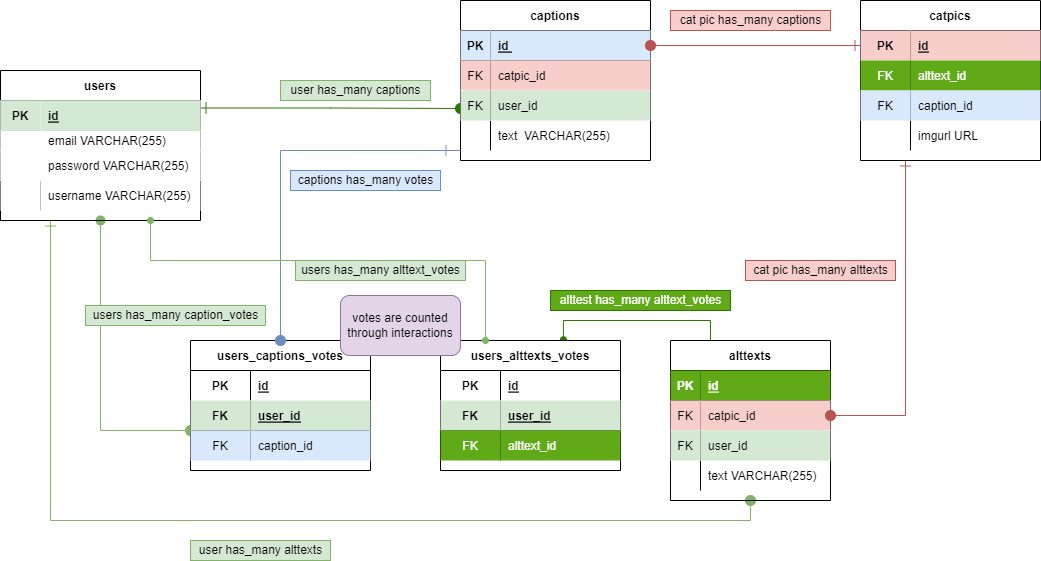
This is ERD.drawio.png from kokopuffz/Project2, a draw.io export, as it was before one commit. Source tidied: cells renumbered, new cells last; positions are measured from the earlier drawing's top-left corner, leaving out a move shared by most shapes.
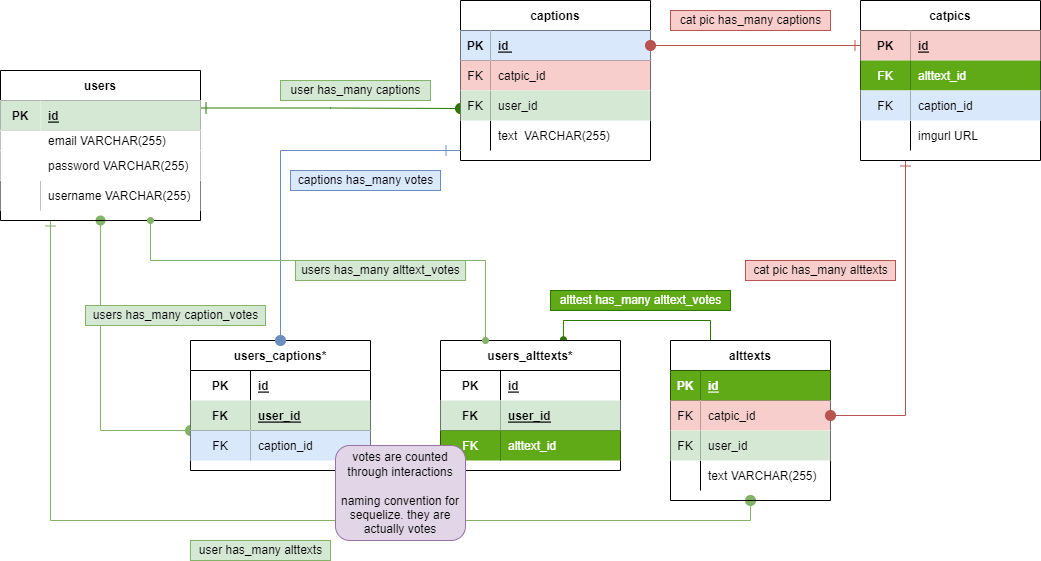
Above is the later version.

The edit, as a diff of the source:
```diff
@@ -137,7 +137,7 @@
     <mxCell id="44" value="text VARCHAR(255)" style="shape=partialRectangle;fillColor=none;top=0;left=0;bottom=0;right=0;align=left;spacingLeft=6;overflow=hidden;" parent="42" vertex="1">
       <mxGeometry x="30" width="130" height="30" as="geometry" />
     </mxCell>
-    <mxCell id="45" value="users_captions_votes" style="shape=table;startSize=30;rowLines=0;fontStyle=1;align=center;fillColor=#FFFFFF;" parent="1" vertex="1">
+    <mxCell id="45" value="users_captions*" style="shape=table;startSize=30;rowLines=0;fontStyle=1;align=center;fillColor=#FFFFFF;" parent="1" vertex="1">
       <mxGeometry x="190" y="340" width="180" height="130" as="geometry" />
     </mxCell>
     <mxCell id="46" style="shape=tableRow;horizontal=0;startSize=0;swimlaneHead=0;swimlaneBody=0;fillColor=none;top=0;left=0;right=0;bottom=0;" parent="45" vertex="1">
@@ -242,7 +242,7 @@
     <mxCell id="77" value="captions has_many votes" style="text;html=1;align=center;verticalAlign=middle;strokeColor=#6c8ebf;fillColor=#dae8fc;" parent="1" vertex="1">
       <mxGeometry x="290" y="170" width="150" height="20" as="geometry" />
     </mxCell>
-    <mxCell id="78" value="users_alttexts_votes" style="shape=table;startSize=30;rowLines=0;fontStyle=1;align=center;fillColor=#FFFFFF;" parent="1" vertex="1">
+    <mxCell id="78" value="users_alttexts*" style="shape=table;startSize=30;rowLines=0;fontStyle=1;align=center;fillColor=#FFFFFF;" parent="1" vertex="1">
       <mxGeometry x="440" y="340" width="180" height="130" as="geometry" />
     </mxCell>
     <mxCell id="79" style="shape=tableRow;horizontal=0;startSize=0;swimlaneHead=0;swimlaneBody=0;fillColor=none;top=0;left=0;right=0;bottom=0;" parent="78" vertex="1">
@@ -283,8 +283,8 @@
     <mxCell id="89" value="users has_many alttext_votes" style="text;html=1;align=center;verticalAlign=middle;strokeColor=#82b366;fillColor=#d5e8d4;" parent="1" vertex="1">
       <mxGeometry x="295" y="260" width="170" height="20" as="geometry" />
     </mxCell>
-    <mxCell id="90" value="votes are counted through interactions" style="rounded=1;whiteSpace=wrap;html=1;fillColor=#e1d5e7;strokeColor=#9673a6;" parent="1" vertex="1">
-      <mxGeometry x="340" y="295" width="120" height="60" as="geometry" />
+    <mxCell id="90" value="votes are counted through interactions&lt;br&gt;&lt;br&gt;naming convention for sequelize. they are actually votes" style="rounded=1;whiteSpace=wrap;html=1;fillColor=#e1d5e7;strokeColor=#9673a6;" parent="1" vertex="1">
+      <mxGeometry x="335" y="445" width="130" height="95" as="geometry" />
     </mxCell>
   </root>
 </mxGraphModel>
```
